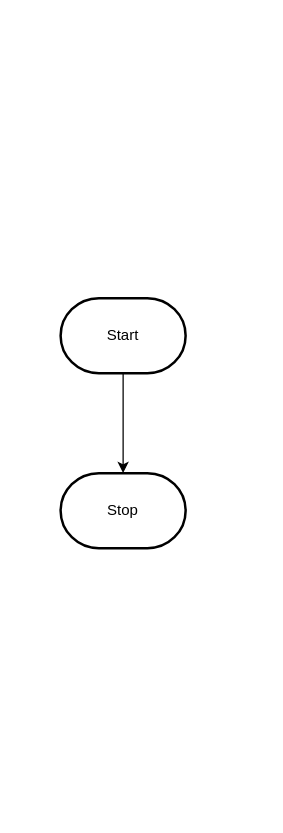
This is design/flowchart.drawio from MTHS-ICD2O-1-2023/ICD2O-Unit-3-03-kai-nguyen-4, a draw.io file, before an edit. Source tidied: cells renumbered, new cells numbered last; positions are measured from the earlier drawing's top-left corner, leaving out a move shared by most shapes. Both pictures are drawn from the tidied source at 125%, with x=0, y=0 at pixel (60, 298).
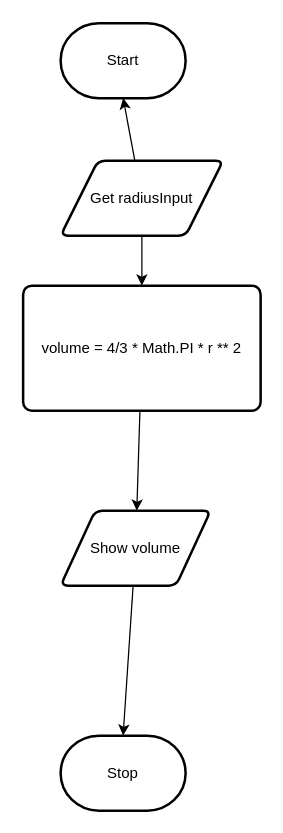
The same diagram, later.

The edit, as a diff of the source:
```diff
@@
 <mxGraphModel>
   <root>
     <mxCell id="0" />
     <mxCell id="1" parent="0" />
-    <mxCell id="2" style="edgeStyle=orthogonalEdgeStyle;html=1;rounded=0;" parent="1" edge="1" source="3" target="4">
-      <mxGeometry relative="1" as="geometry" />
-    </mxCell>
     <mxCell id="3" value="Start" style="strokeWidth=2;html=1;shape=mxgraph.flowchart.terminator;whiteSpace=wrap;" parent="1" vertex="1">
-      <mxGeometry width="100" height="60" as="geometry" />
+      <mxGeometry y="-220" width="100" height="60" as="geometry" />
     </mxCell>
     <mxCell id="4" value="Stop" style="strokeWidth=2;html=1;shape=mxgraph.flowchart.terminator;whiteSpace=wrap;" parent="1" vertex="1">
-      <mxGeometry y="140" width="100" height="60" as="geometry" />
+      <mxGeometry y="350" width="100" height="60" as="geometry" />
     </mxCell>
+    <mxCell id="5" style="edgeStyle=none;html=1;entryX=0.5;entryY=1;entryDx=0;entryDy=0;entryPerimeter=0;" parent="1" edge="1" source="2" target="3">
+      <mxGeometry relative="1" as="geometry" />
+    </mxCell>
+    <mxCell id="6" style="edgeStyle=none;html=1;" parent="1" edge="1" source="2" target="8">
+      <mxGeometry relative="1" as="geometry" />
+    </mxCell>
+    <mxCell id="2" value="Get radiusInput" style="shape=parallelogram;html=1;strokeWidth=2;perimeter=parallelogramPerimeter;whiteSpace=wrap;rounded=1;arcSize=12;size=0.23;" parent="1" vertex="1">
+      <mxGeometry y="-110" width="130" height="60" as="geometry" />
+    </mxCell>
+    <mxCell id="7" style="edgeStyle=none;html=1;" parent="1" edge="1" source="8" target="10">
+      <mxGeometry relative="1" as="geometry" />
+    </mxCell>
+    <mxCell id="8" value="volume = 4/3 * Math.PI * r ** 2" style="rounded=1;whiteSpace=wrap;html=1;absoluteArcSize=1;arcSize=14;strokeWidth=2;" parent="1" vertex="1">
+      <mxGeometry x="-30" y="-10" width="190" height="100" as="geometry" />
+    </mxCell>
+    <mxCell id="9" style="edgeStyle=none;html=1;entryX=0.5;entryY=0;entryDx=0;entryDy=0;entryPerimeter=0;" parent="1" edge="1" source="10" target="4">
+      <mxGeometry relative="1" as="geometry" />
+    </mxCell>
+    <mxCell id="10" value="Show volume" style="shape=parallelogram;html=1;strokeWidth=2;perimeter=parallelogramPerimeter;whiteSpace=wrap;rounded=1;arcSize=12;size=0.23;" parent="1" vertex="1">
+      <mxGeometry y="170" width="120" height="60" as="geometry" />
+    </mxCell>
   </root>
 </mxGraphModel>
```
